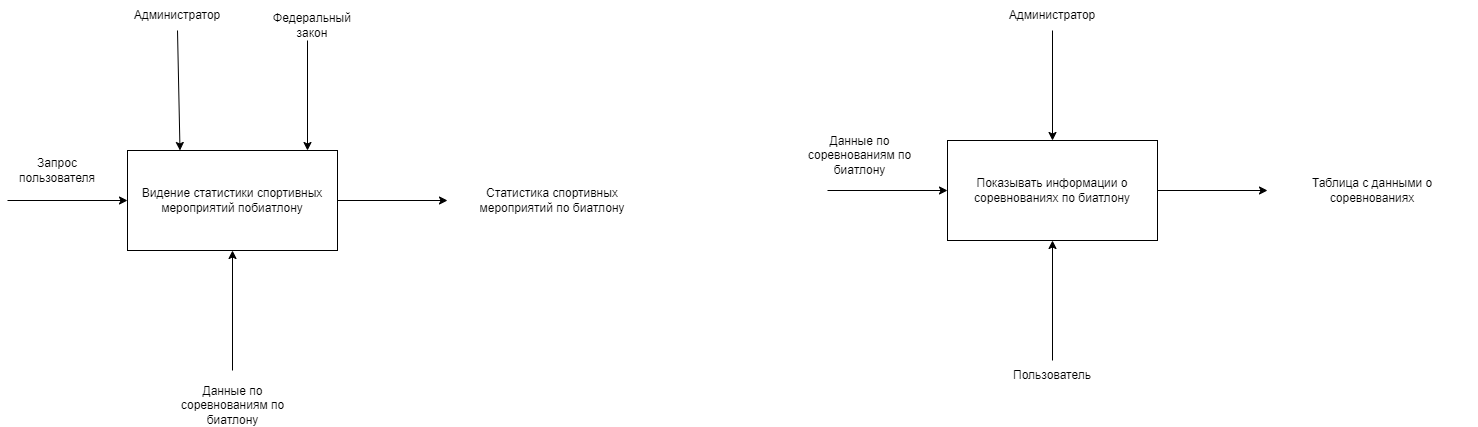
This is docs/UML/IDEF0.png from Artrtrt/BiathlonStatistics, a draw.io export, as it was before one commit. Source tidied: cells renumbered, new cells last; positions are measured from the earlier drawing's top-left corner, leaving out a move shared by most shapes.
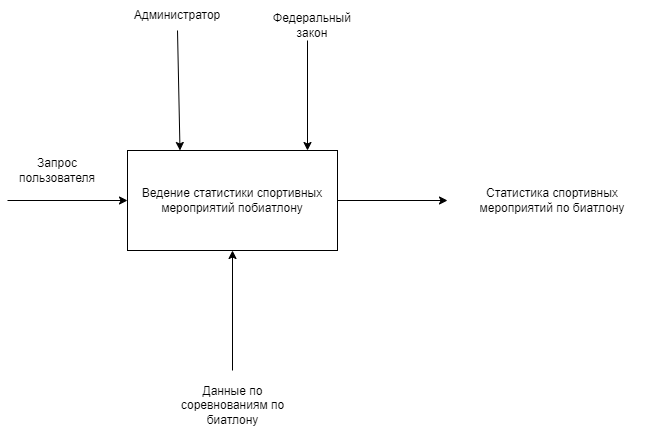
The same file after the commit.

Commit message:
UML: update use-case and IDEF0

Diff of the diagram source:
```diff
@@ -5,7 +5,7 @@
     <mxCell id="2" style="edgeStyle=orthogonalEdgeStyle;rounded=0;jettySize=auto;html=1;" parent="1" edge="1" source="3" target="4">
       <mxGeometry relative="1" as="geometry" />
     </mxCell>
-    <mxCell id="3" value="Видение статистики спортивных мероприятий побиатлону" style="rounded=0;whiteSpace=wrap;html=1;" parent="1" vertex="1">
+    <mxCell id="3" value="Ведение статистики спортивных мероприятий побиатлону" style="rounded=0;whiteSpace=wrap;html=1;" parent="1" vertex="1">
       <mxGeometry x="120" y="150" width="210" height="100" as="geometry" />
     </mxCell>
     <mxCell id="4" value="Статистика спортивных мероприятий по биатлону" style="text;html=1;strokeColor=none;fillColor=none;align=center;verticalAlign=middle;whiteSpace=wrap;rounded=0;" parent="1" vertex="1">
@@ -33,39 +33,6 @@
     <mxCell id="10" value="Данные по соревнованиям по биатлону" style="text;html=1;strokeColor=none;fillColor=none;align=center;verticalAlign=middle;whiteSpace=wrap;rounded=0;" parent="1" vertex="1">
       <mxGeometry x="162.5" y="385" width="125" height="40" as="geometry" />
     </mxCell>
-    <mxCell id="11" style="edgeStyle=orthogonalEdgeStyle;rounded=0;jettySize=auto;html=1;" parent="1" edge="1" source="12" target="13">
-      <mxGeometry relative="1" as="geometry" />
-    </mxCell>
-    <mxCell id="12" value="Показывать информации о соревнованиях по биатлону" style="rounded=0;whiteSpace=wrap;html=1;" parent="1" vertex="1">
-      <mxGeometry x="940" y="140" width="210" height="100" as="geometry" />
-    </mxCell>
-    <mxCell id="13" value="Таблица с данными о соревнованиях" style="text;html=1;strokeColor=none;fillColor=none;align=center;verticalAlign=middle;whiteSpace=wrap;rounded=0;" parent="1" vertex="1">
-      <mxGeometry x="1260" y="175" width="210" height="30" as="geometry" />
-    </mxCell>
-    <mxCell id="14" style="endArrow=classic;html=1;rounded=0;entryX=0;entryY=0.5;entryDx=0;entryDy=0;" parent="1" edge="1" target="12">
-      <mxGeometry relative="1" as="geometry">
-        <mxPoint x="820" y="190" as="sourcePoint" />
-      </mxGeometry>
-    </mxCell>
-    <mxCell id="15" style="endArrow=classic;html=1;rounded=0;entryX=0.5;entryY=1;entryDx=0;entryDy=0;" parent="1" edge="1" target="12">
-      <mxGeometry relative="1" as="geometry">
-        <mxPoint x="1045" y="360" as="sourcePoint" />
-      </mxGeometry>
-    </mxCell>
-    <mxCell id="16" style="endArrow=classic;html=1;rounded=0;entryX=0.5;entryY=0;entryDx=0;entryDy=0;" parent="1" edge="1" target="12">
-      <mxGeometry relative="1" as="geometry">
-        <mxPoint x="1045" y="30" as="sourcePoint" />
-      </mxGeometry>
-    </mxCell>
-    <mxCell id="17" value="Администратор" style="text;html=1;strokeColor=none;fillColor=none;align=center;verticalAlign=middle;whiteSpace=wrap;rounded=0;" parent="1" vertex="1">
-      <mxGeometry x="1015" width="60" height="30" as="geometry" />
-    </mxCell>
-    <mxCell id="18" value="Пользователь" style="text;html=1;strokeColor=none;fillColor=none;align=center;verticalAlign=middle;whiteSpace=wrap;rounded=0;" parent="1" vertex="1">
-      <mxGeometry x="995" y="360" width="100" height="30" as="geometry" />
-    </mxCell>
-    <mxCell id="19" value="Данные по соревнованиям по биатлону" style="text;html=1;strokeColor=none;fillColor=none;align=center;verticalAlign=middle;whiteSpace=wrap;rounded=0;" parent="1" vertex="1">
-      <mxGeometry x="790" y="135" width="125" height="40" as="geometry" />
-    </mxCell>
     <mxCell id="20" style="endArrow=classic;html=1;rounded=0;entryX=0.5;entryY=0;entryDx=0;entryDy=0;" parent="1" edge="1">
       <mxGeometry relative="1" as="geometry">
         <mxPoint x="300" y="40" as="sourcePoint" />
```
